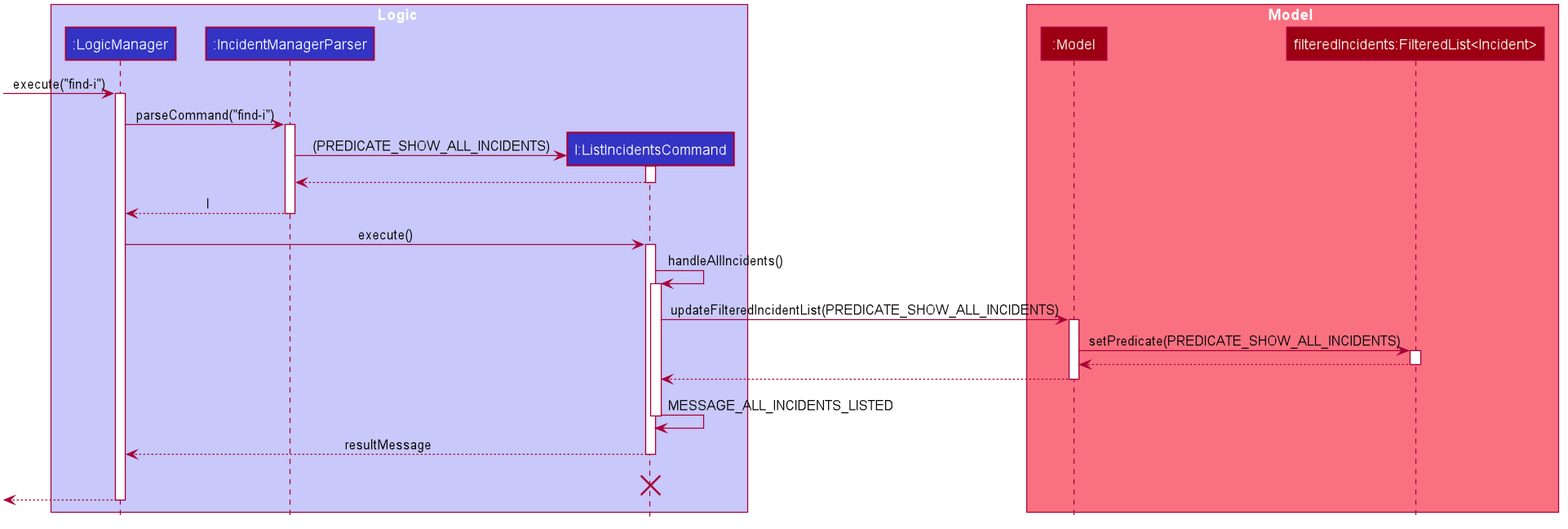
The PlantUML diagram docs/images/ListIncidentsSequenceDiagram.png in nus-cs2103-AY1920S1/addressbook-level3, before a commit.
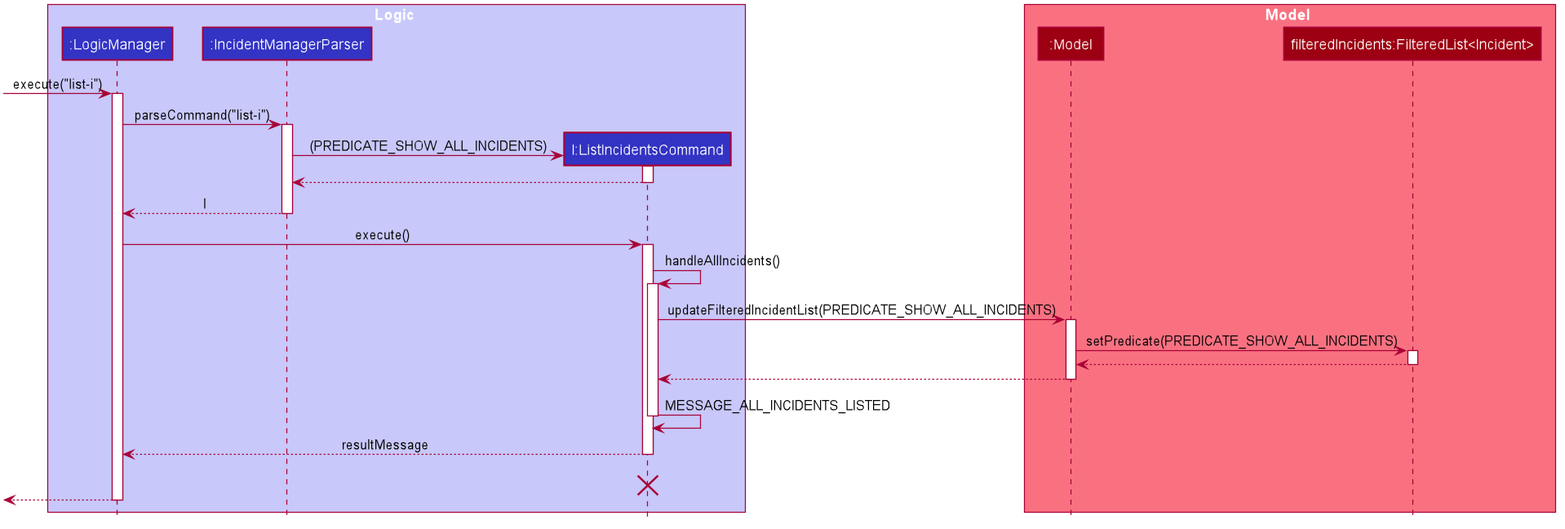
Later version of the same file.

Commit message:
Update List Incidents DG

The edit, as a diff of the source:
```diff
@@ -58,10 +58,10 @@
 participant ":Model" as Model #9D0012
 participant "filteredIncidents:FilteredList<Incident>" as FilteredList #9D0012
 end box
-[-> LogicManager : execute("find-i")
+[-> LogicManager : execute("list-i")
 activate LogicManager
 
-LogicManager -> IncidentManagerParser : parseCommand("find-i")
+LogicManager -> IncidentManagerParser : parseCommand("list-i")
 activate IncidentManagerParser
 
 create ListIncidentsCommand
```
